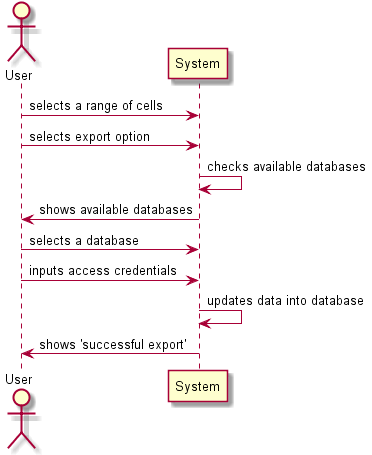
The PlantUML diagram docs/1111168/Diagrams/system_diagram_updateDB.png in askpt/LAPR4, before a commit. Its diagram source:
```plantuml
@startuml
actor User
participant System
User -> System: selects a range of cells
User -> System: selects export option
System -> System: checks available databases
System -> User: shows available databases
User -> System: selects a database
User -> System: inputs access credentials
System -> System: updates data into database
System -> User: shows 'successful export'
@enduml
```
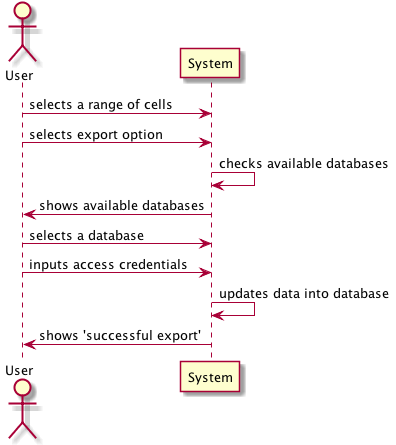
After the commit.

Commit message:
1111168: first sketch on the new class diagram for persistence features ref #9 #10

Change to the diagram source:
```diff
@@ -1,4 +1,4 @@
-@startuml
+@startuml Diagrams/system_diagram_updateDB.png
 actor User
 participant System
 User -> System: selects a range of cells
```
